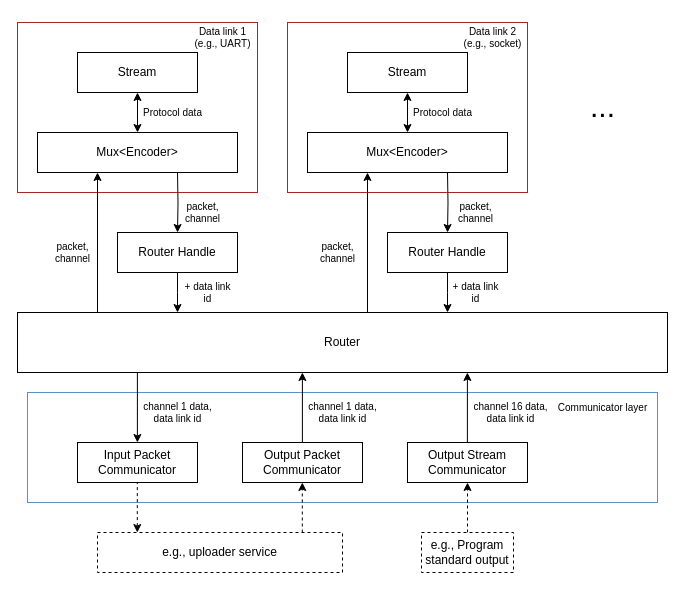
This is img/link-pipeline.drawio from cubicap/bcthesis, a draw.io file, before an edit. Source tidied: cells renumbered, new cells numbered last; positions are measured from the earlier drawing's top-left corner, leaving out a move shared by most shapes. Both pictures are drawn from the tidied source at 100%, with x=0, y=0 at pixel (17, 17).
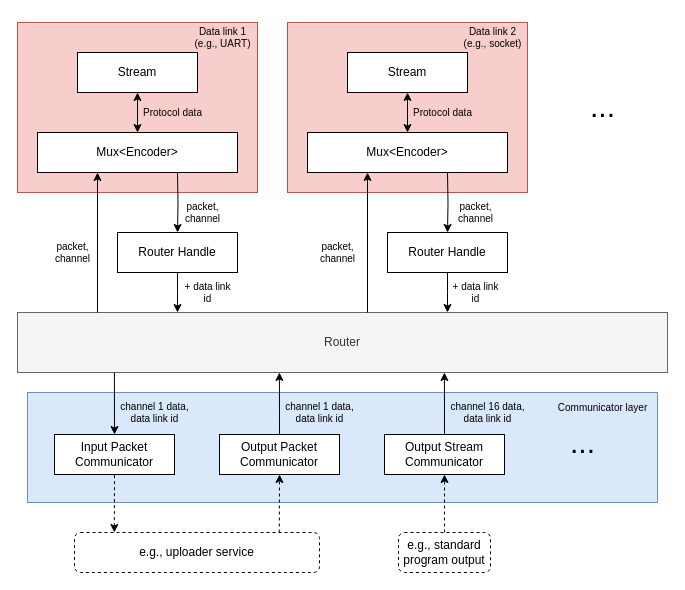
The same page after the edit.

Diff of the diagram source:
```diff
@@
-    <mxCell id="2" style="rounded=0;whiteSpace=wrap;html=1;fillColor=none;strokeColor=#3399FF;" parent="1" vertex="1">
+    <mxCell id="2" style="rounded=0;whiteSpace=wrap;html=1;fillColor=#dae8fc;strokeColor=#6c8ebf;" parent="1" vertex="1">
       <mxGeometry x="10" y="375" width="630" height="110" as="geometry" />
     </mxCell>
-    <mxCell id="3" value="Router" style="rounded=0;whiteSpace=wrap;html=1;" parent="1" vertex="1">
+    <mxCell id="3" value="Router" style="rounded=0;whiteSpace=wrap;html=1;fillColor=#f5f5f5;strokeColor=#666666;fontColor=#333333;" parent="1" vertex="1">
       <mxGeometry y="295" width="650" height="60" as="geometry" />
     </mxCell>
-    <mxCell id="4" style="rounded=0;whiteSpace=wrap;html=1;fillColor=none;strokeColor=#FF0000;" parent="1" vertex="1">
+    <mxCell id="4" style="rounded=0;whiteSpace=wrap;html=1;fillColor=#f8cecc;strokeColor=#b85450;" parent="1" vertex="1">
       <mxGeometry y="5" width="240" height="170" as="geometry" />
     </mxCell>
@@
-    <mxCell id="17" style="rounded=0;whiteSpace=wrap;html=1;fillColor=none;strokeColor=#FF0000;" parent="1" vertex="1">
+    <mxCell id="17" style="rounded=0;whiteSpace=wrap;html=1;fillColor=#f8cecc;strokeColor=#b85450;" parent="1" vertex="1">
       <mxGeometry x="270" y="5" width="240" height="170" as="geometry" />
     </mxCell>
@@
     <mxCell id="30" value="Input Packet&lt;br&gt;Communicator" style="rounded=0;whiteSpace=wrap;html=1;" parent="1" vertex="1">
-      <mxGeometry x="60" y="425" width="120" height="40" as="geometry" />
+      <mxGeometry x="37" y="417" width="120" height="40" as="geometry" />
     </mxCell>
-    <mxCell id="31" style="edgeStyle=none;orthogonalLoop=1;jettySize=auto;html=1;rounded=0;" parent="1" edge="1">
+    <mxCell id="31" style="edgeStyle=none;jettySize=auto;html=1;rounded=0;entryX=0.5;entryY=0;entryDx=0;entryDy=0;" parent="1" edge="1" target="30">
       <mxGeometry relative="1" as="geometry">
-        <mxPoint x="119.9" y="355" as="sourcePoint" />
-        <mxPoint x="119.9" y="425" as="targetPoint" />
+        <mxPoint x="96.9" y="355" as="sourcePoint" />
       </mxGeometry>
     </mxCell>
     <mxCell id="32" value="channel 1 data,&lt;br&gt;&lt;div style=&quot;&quot;&gt;&lt;span style=&quot;background-color: initial;&quot;&gt;data link id&lt;/span&gt;&lt;/div&gt;" style="text;html=1;align=center;verticalAlign=middle;strokeColor=none;fillColor=none;fontSize=10;" parent="1" vertex="1">
-      <mxGeometry x="115" y="375" width="90" height="40" as="geometry" />
+      <mxGeometry x="92" y="375" width="90" height="40" as="geometry" />
     </mxCell>
     <mxCell id="33" value="Output Packet&lt;br&gt;Communicator" style="rounded=0;whiteSpace=wrap;html=1;" parent="1" vertex="1">
-      <mxGeometry x="225" y="425" width="120" height="40" as="geometry" />
+      <mxGeometry x="202" y="417" width="120" height="40" as="geometry" />
     </mxCell>
-    <mxCell id="34" style="edgeStyle=none;orthogonalLoop=1;jettySize=auto;html=1;rounded=0;startArrow=classic;startFill=1;endArrow=none;endFill=0;" parent="1" edge="1">
+    <mxCell id="34" style="edgeStyle=none;jettySize=auto;html=1;rounded=0;startArrow=classic;startFill=1;endArrow=none;endFill=0;entryX=0.5;entryY=0;entryDx=0;entryDy=0;" parent="1" edge="1" target="33">
       <mxGeometry relative="1" as="geometry">
-        <mxPoint x="284.9" y="355" as="sourcePoint" />
-        <mxPoint x="284.9" y="425" as="targetPoint" />
+        <mxPoint x="261.9" y="355" as="sourcePoint" />
       </mxGeometry>
     </mxCell>
     <mxCell id="35" value="channel 1 data,&lt;br&gt;&lt;div style=&quot;&quot;&gt;&lt;span style=&quot;background-color: initial;&quot;&gt;data link id&lt;/span&gt;&lt;/div&gt;" style="text;html=1;align=center;verticalAlign=middle;strokeColor=none;fillColor=none;fontSize=10;" parent="1" vertex="1">
-      <mxGeometry x="280" y="375" width="90" height="40" as="geometry" />
+      <mxGeometry x="257" y="375" width="90" height="40" as="geometry" />
     </mxCell>
@@
     <mxCell id="38" value="Output Stream&lt;br&gt;Communicator" style="rounded=0;whiteSpace=wrap;html=1;" parent="1" vertex="1">
-      <mxGeometry x="390" y="425" width="120" height="40" as="geometry" />
+      <mxGeometry x="367" y="417" width="120" height="40" as="geometry" />
     </mxCell>
-    <mxCell id="39" style="edgeStyle=none;orthogonalLoop=1;jettySize=auto;html=1;rounded=0;startArrow=classic;startFill=1;endArrow=none;endFill=0;" parent="1" edge="1">
+    <mxCell id="39" style="edgeStyle=none;jettySize=auto;html=1;rounded=0;startArrow=classic;startFill=1;endArrow=none;endFill=0;entryX=0.5;entryY=0;entryDx=0;entryDy=0;" parent="1" edge="1" target="38">
       <mxGeometry relative="1" as="geometry">
-        <mxPoint x="449.9" y="355" as="sourcePoint" />
-        <mxPoint x="449.9" y="425" as="targetPoint" />
+        <mxPoint x="426.9" y="355" as="sourcePoint" />
       </mxGeometry>
     </mxCell>
     <mxCell id="40" value="channel 16 data,&lt;br&gt;&lt;div style=&quot;&quot;&gt;&lt;span style=&quot;background-color: initial;&quot;&gt;data link id&lt;/span&gt;&lt;/div&gt;" style="text;html=1;align=center;verticalAlign=middle;strokeColor=none;fillColor=none;fontSize=10;" parent="1" vertex="1">
-      <mxGeometry x="443" y="375" width="100" height="40" as="geometry" />
+      <mxGeometry x="420" y="375" width="100" height="40" as="geometry" />
     </mxCell>
-    <mxCell id="41" value="e.g., uploader service" style="rounded=0;whiteSpace=wrap;html=1;dashed=1;strokeColor=default;" parent="1" vertex="1">
-      <mxGeometry x="80" y="515" width="245" height="40" as="geometry" />
+    <mxCell id="41" value="e.g., uploader service" style="rounded=1;whiteSpace=wrap;html=1;dashed=1;strokeColor=default;" parent="1" vertex="1">
+      <mxGeometry x="57" y="515" width="245" height="40" as="geometry" />
     </mxCell>
-    <mxCell id="42" style="endArrow=none;startArrow=classic;html=1;rounded=0;endFill=0;dashed=1;strokeColor=default;" parent="1" edge="1">
+    <mxCell id="42" style="endArrow=none;startArrow=classic;html=1;rounded=0;endFill=0;dashed=1;strokeColor=default;entryX=0.5;entryY=1;entryDx=0;entryDy=0;" parent="1" edge="1" target="30">
       <mxGeometry relative="1" as="geometry">
-        <mxPoint x="119.8" y="515" as="sourcePoint" />
-        <mxPoint x="119.8" y="465" as="targetPoint" />
+        <mxPoint x="96.8" y="515" as="sourcePoint" />
       </mxGeometry>
     </mxCell>
-    <mxCell id="43" style="endArrow=classic;startArrow=none;html=1;rounded=0;startFill=0;dashed=1;strokeColor=default;" parent="1" edge="1">
+    <mxCell id="43" style="endArrow=classic;startArrow=none;html=1;rounded=0;startFill=0;dashed=1;strokeColor=default;entryX=0.5;entryY=1;entryDx=0;entryDy=0;" parent="1" edge="1" target="33">
       <mxGeometry relative="1" as="geometry">
-        <mxPoint x="284.8" y="515" as="sourcePoint" />
-        <mxPoint x="284.8" y="465" as="targetPoint" />
+        <mxPoint x="261.8" y="515" as="sourcePoint" />
       </mxGeometry>
     </mxCell>
@@
-    <mxCell id="45" value="e.g., Program standard output" style="rounded=0;whiteSpace=wrap;html=1;dashed=1;strokeColor=default;" parent="1" vertex="1">
-      <mxGeometry x="404" y="515" width="92" height="40" as="geometry" />
+    <mxCell id="45" value="e.g., standard program output" style="rounded=1;whiteSpace=wrap;html=1;dashed=1;strokeColor=default;" parent="1" vertex="1">
+      <mxGeometry x="381" y="515" width="92" height="40" as="geometry" />
     </mxCell>
+    <mxCell id="46" value="&lt;font style=&quot;font-size: 30px;&quot;&gt;...&lt;/font&gt;" style="text;html=1;align=center;verticalAlign=top;strokeColor=none;fillColor=none;fontSize=30;horizontal=1;" parent="1" vertex="1">
+      <mxGeometry x="540" y="401" width="50" height="50" as="geometry" />
+    </mxCell>
```
